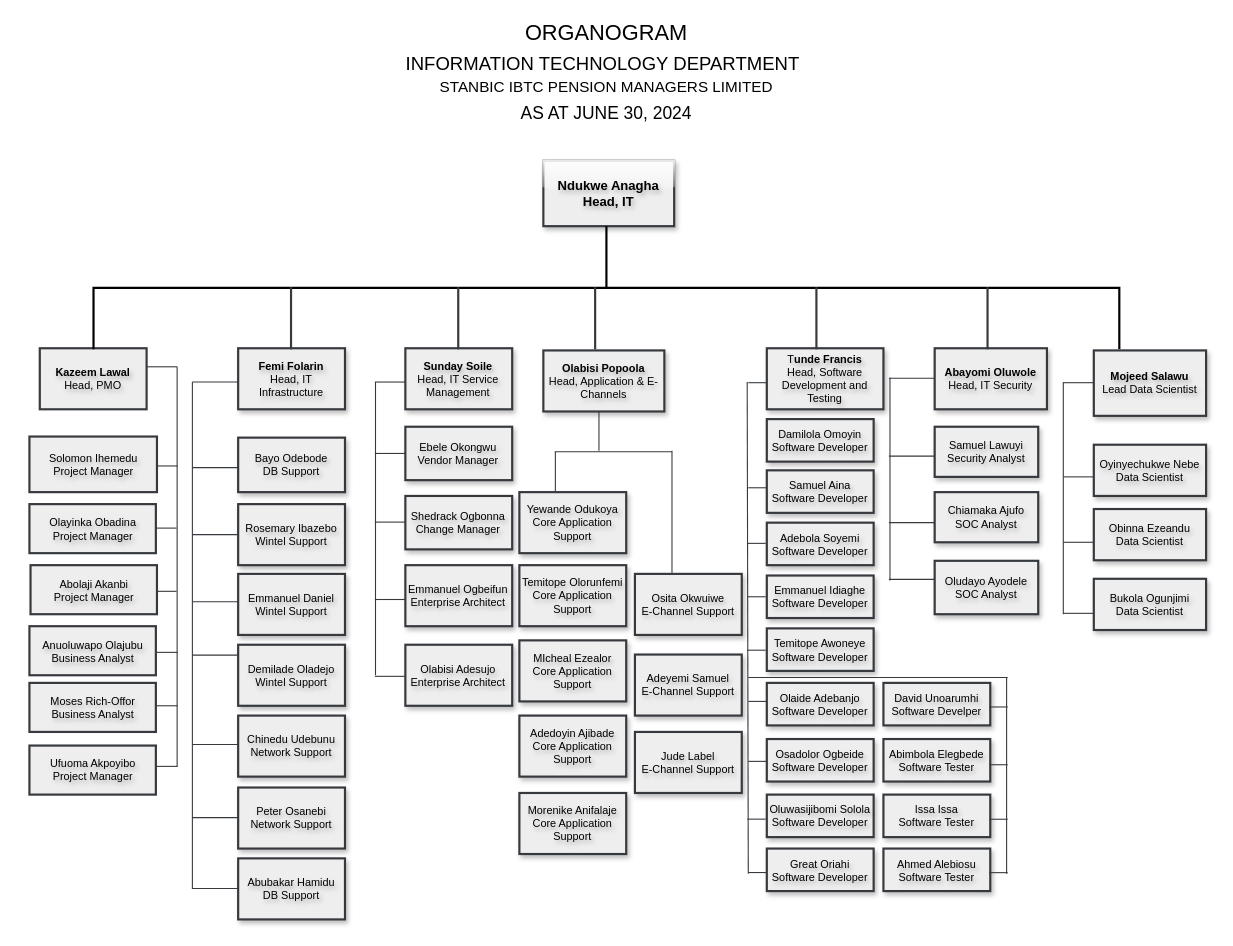
Earlier version of the draw.io diagram page "Copy of Page-1" (2 of 2) of organogram.drawio (Great-B/standard-arch-diagrams). Source tidied: cells renumbered, new cells numbered last; positions are measured from the earlier drawing's top-left corner, leaving out a move shared by most shapes. Both pictures are drawn from the tidied source at 109%, with x=0, y=0 at pixel (19, -226).
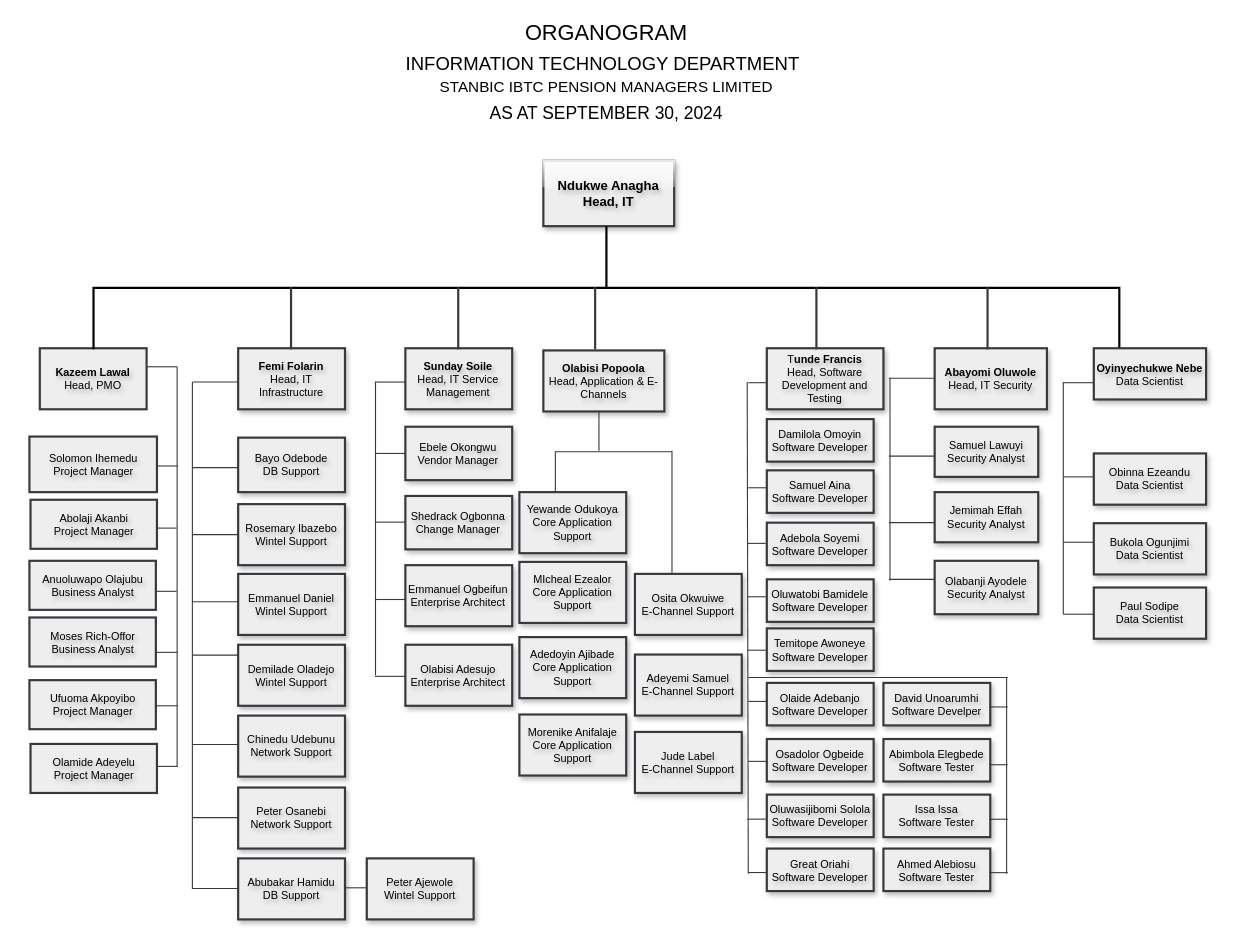
Above is the later version.

Diff of the diagram source:
```diff
@@
-    <mxCell id="3" value="&lt;font style=&quot;&quot;&gt;&lt;font style=&quot;font-size: 20px;&quot;&gt;ORGANOGRAM&lt;/font&gt;&lt;br&gt;&lt;/font&gt;&lt;div style=&quot;&quot;&gt;&lt;font style=&quot;&quot;&gt;&lt;font style=&quot;&quot;&gt;&lt;span style=&quot;background-color: initial;&quot;&gt;&lt;font style=&quot;font-size: 17px;&quot;&gt;INFORMATION TECHNOLOGY DEPARTMENT&lt;/font&gt;&lt;/span&gt;&lt;span style=&quot;font-size: 24px; background-color: initial;&quot;&gt;&amp;nbsp;&lt;br&gt;&lt;/span&gt;&lt;font style=&quot;font-size: 14px;&quot;&gt;STANBIC IBTC PENSION MANAGERS LIMITED&lt;/font&gt;&lt;/font&gt;&lt;/font&gt;&lt;div style=&quot;font-size: 23px;&quot;&gt;&lt;font size=&quot;3&quot; style=&quot;&quot;&gt;AS AT JUNE 30, 2024&lt;/font&gt;&lt;/div&gt;&lt;/div&gt;" style="rounded=0;whiteSpace=wrap;html=1;strokeColor=none;fillColor=none;" parent="1" vertex="1">
+    <mxCell id="3" value="&lt;font style=&quot;&quot;&gt;&lt;font style=&quot;font-size: 20px;&quot;&gt;ORGANOGRAM&lt;/font&gt;&lt;br&gt;&lt;/font&gt;&lt;div style=&quot;&quot;&gt;&lt;font style=&quot;&quot;&gt;&lt;font style=&quot;&quot;&gt;&lt;span style=&quot;background-color: initial;&quot;&gt;&lt;font style=&quot;font-size: 17px;&quot;&gt;INFORMATION TECHNOLOGY DEPARTMENT&lt;/font&gt;&lt;/span&gt;&lt;span style=&quot;font-size: 24px; background-color: initial;&quot;&gt;&amp;nbsp;&lt;br&gt;&lt;/span&gt;&lt;font style=&quot;font-size: 14px;&quot;&gt;STANBIC IBTC PENSION MANAGERS LIMITED&lt;/font&gt;&lt;/font&gt;&lt;/font&gt;&lt;div style=&quot;font-size: 23px;&quot;&gt;&lt;font size=&quot;3&quot; style=&quot;&quot;&gt;AS AT SEPTEMBER 30, 2024&lt;/font&gt;&lt;/div&gt;&lt;/div&gt;" style="rounded=0;whiteSpace=wrap;html=1;strokeColor=none;fillColor=none;" parent="1" vertex="1">
       <mxGeometry x="-0.2" y="224" width="1078" height="98" as="geometry" />
     </mxCell>
@@
-    <mxCell id="18" value="&lt;span style=&quot;font-size: 10px;&quot;&gt;Oludayo Ayodele&lt;br&gt;SOC Analyst&lt;/span&gt;" style="rounded=0;whiteSpace=wrap;html=1;strokeWidth=2;perimeterSpacing=0;glass=0;shadow=1;fontStyle=0;textShadow=1;fillColor=#eeeeee;strokeColor=#36393d;fontSize=10;" parent="1" vertex="1">
+    <mxCell id="18" value="&lt;span style=&quot;font-size: 10px;&quot;&gt;Olabanji Ayodele&lt;br&gt;Security Analyst&lt;/span&gt;" style="rounded=0;whiteSpace=wrap;html=1;strokeWidth=2;perimeterSpacing=0;glass=0;shadow=1;fontStyle=0;textShadow=1;fillColor=#eeeeee;strokeColor=#36393d;fontSize=10;" parent="1" vertex="1">
       <mxGeometry x="840" y="721" width="95" height="49" as="geometry" />
     </mxCell>
@@
-    <mxCell id="42" value="&lt;span style=&quot;font-size: 10px;&quot;&gt;&lt;b&gt;Mojeed Salawu&lt;/b&gt;&lt;br&gt;Lead Data Scientist&lt;/span&gt;" style="rounded=0;whiteSpace=wrap;html=1;strokeWidth=2;perimeterSpacing=0;glass=0;shadow=1;fontStyle=0;textShadow=1;fillColor=#eeeeee;strokeColor=#36393d;align=center;fontSize=10;" parent="1" vertex="1">
-      <mxGeometry x="986" y="528" width="103" height="60" as="geometry" />
-    </mxCell>
-    <mxCell id="43" value="&lt;span style=&quot;font-size: 10px;&quot;&gt;Oyinyechukwe Nebe&lt;br&gt;Data Scientist&lt;/span&gt;" style="rounded=0;whiteSpace=wrap;html=1;strokeWidth=2;perimeterSpacing=0;glass=0;shadow=1;fontStyle=0;textShadow=1;fillColor=#eeeeee;strokeColor=#36393d;fontSize=10;" parent="1" vertex="1">
-      <mxGeometry x="986" y="614.5" width="103" height="47" as="geometry" />
+    <mxCell id="43" value="&lt;span style=&quot;font-size: 10px;&quot;&gt;&lt;b&gt;Oyinyechukwe Nebe&lt;br&gt;&lt;/b&gt;Data Scientist&lt;/span&gt;" style="rounded=0;whiteSpace=wrap;html=1;strokeWidth=2;perimeterSpacing=0;glass=0;shadow=1;fontStyle=0;textShadow=1;fillColor=#eeeeee;strokeColor=#36393d;fontSize=10;" parent="1" vertex="1">
+      <mxGeometry x="986" y="526" width="103" height="47" as="geometry" />
     </mxCell>
@@
     <mxCell id="57" value="&lt;span style=&quot;font-size: 10px;&quot;&gt;Moses Rich-Offor&lt;br&gt;Business Analyst&lt;/span&gt;" style="rounded=0;whiteSpace=wrap;html=1;strokeWidth=2;perimeterSpacing=0;glass=0;shadow=0;fontStyle=0;textShadow=1;fillColor=#eeeeee;strokeColor=#36393d;fontSize=10;" parent="1" vertex="1">
-      <mxGeometry x="9.5" y="833" width="116" height="45" as="geometry" />
+      <mxGeometry x="9.5" y="773" width="116" height="45" as="geometry" />
     </mxCell>
     <mxCell id="58" value="&lt;span style=&quot;font-size: 10px;&quot;&gt;Abolaji Akanbi&lt;br&gt;Project Manager&lt;/span&gt;" style="rounded=0;whiteSpace=wrap;html=1;strokeWidth=2;perimeterSpacing=0;glass=0;shadow=0;fontStyle=0;textShadow=1;fillColor=#eeeeee;strokeColor=#36393d;fontSize=10;" parent="1" vertex="1">
-      <mxGeometry x="10.5" y="725" width="116" height="45" as="geometry" />
+      <mxGeometry x="10.5" y="665" width="116" height="45" as="geometry" />
     </mxCell>
     <mxCell id="59" value="&lt;span style=&quot;font-size: 10px;&quot;&gt;Anuoluwapo Olajubu&lt;br&gt;Business Analyst&lt;/span&gt;" style="rounded=0;whiteSpace=wrap;html=1;strokeWidth=2;perimeterSpacing=0;glass=0;shadow=0;fontStyle=0;textShadow=1;fillColor=#eeeeee;strokeColor=#36393d;fontSize=10;" parent="1" vertex="1">
-      <mxGeometry x="9.5" y="781" width="116" height="45" as="geometry" />
+      <mxGeometry x="9.5" y="721" width="116" height="45" as="geometry" />
     </mxCell>
-    <mxCell id="60" value="&lt;span style=&quot;font-size: 10px;&quot;&gt;Olayinka Obadina&lt;br&gt;Project Manager&lt;/span&gt;" style="rounded=0;whiteSpace=wrap;html=1;strokeWidth=2;perimeterSpacing=0;glass=0;shadow=0;fontStyle=0;textShadow=1;fillColor=#eeeeee;strokeColor=#36393d;fontSize=10;" parent="1" vertex="1">
-      <mxGeometry x="9.5" y="669" width="116" height="45" as="geometry" />
-    </mxCell>
@@
-    <mxCell id="72" value="&lt;span style=&quot;font-size: 10px;&quot;&gt;Temitope Olorunfemi&lt;br&gt;Core Application Support&lt;/span&gt;" style="rounded=0;whiteSpace=wrap;html=1;strokeWidth=2;perimeterSpacing=0;glass=0;shadow=1;fontStyle=0;textShadow=1;fillColor=#eeeeee;strokeColor=#36393d;fontSize=10;" parent="1" vertex="1">
-      <mxGeometry x="459" y="725" width="98" height="56" as="geometry" />
-    </mxCell>
     <mxCell id="73" value="&lt;span style=&quot;font-size: 10px;&quot;&gt;MIcheal Ezealor&lt;br&gt;Core Application Support&lt;/span&gt;" style="rounded=0;whiteSpace=wrap;html=1;strokeWidth=2;perimeterSpacing=0;glass=0;shadow=1;fontStyle=0;textShadow=1;fillColor=#eeeeee;strokeColor=#36393d;fontSize=10;" parent="1" vertex="1">
-      <mxGeometry x="459" y="794" width="98" height="56" as="geometry" />
+      <mxGeometry x="459" y="722" width="98" height="56" as="geometry" />
     </mxCell>
@@
     <mxCell id="75" value="&lt;span style=&quot;font-size: 10px;&quot;&gt;Adedoyin Ajibade&lt;br&gt;Core Application Support&lt;/span&gt;" style="rounded=0;whiteSpace=wrap;html=1;strokeWidth=2;perimeterSpacing=0;glass=0;shadow=1;fontStyle=0;textShadow=1;fillColor=#eeeeee;strokeColor=#36393d;fontSize=10;" parent="1" vertex="1">
-      <mxGeometry x="459" y="863" width="98" height="56" as="geometry" />
+      <mxGeometry x="459" y="791" width="98" height="56" as="geometry" />
     </mxCell>
@@
     <mxCell id="77" value="&lt;span style=&quot;font-size: 10px;&quot;&gt;Morenike Anifalaje&lt;br&gt;Core Application Support&lt;/span&gt;" style="rounded=0;whiteSpace=wrap;html=1;strokeWidth=2;perimeterSpacing=0;glass=0;shadow=1;fontStyle=0;textShadow=1;fillColor=#eeeeee;strokeColor=#36393d;fontSize=10;" parent="1" vertex="1">
-      <mxGeometry x="459" y="934" width="98" height="56" as="geometry" />
+      <mxGeometry x="459" y="862" width="98" height="56" as="geometry" />
     </mxCell>
@@
-    <mxCell id="81" value="&lt;span style=&quot;font-size: 10px;&quot;&gt;Emmanuel Idiaghe&lt;br&gt;Software Developer&lt;/span&gt;" style="rounded=0;whiteSpace=wrap;html=1;strokeWidth=2;perimeterSpacing=0;glass=0;shadow=1;fontStyle=0;textShadow=1;fillColor=#eeeeee;strokeColor=#36393d;fontSize=10;" parent="1" vertex="1">
-      <mxGeometry x="686" y="734.5" width="98" height="39" as="geometry" />
-    </mxCell>
@@
-    <mxCell id="104" value="&lt;span style=&quot;font-size: 10px;&quot;&gt;Chiamaka Ajufo&lt;br&gt;SOC Analyst&lt;/span&gt;" style="rounded=0;whiteSpace=wrap;html=1;strokeWidth=2;perimeterSpacing=0;glass=0;shadow=1;fontStyle=0;textShadow=1;fillColor=#eeeeee;strokeColor=#36393d;fontSize=10;" parent="1" vertex="1">
+    <mxCell id="104" value="&lt;span style=&quot;font-size: 10px;&quot;&gt;Jemimah Effah&lt;br&gt;Security Analyst&lt;/span&gt;" style="rounded=0;whiteSpace=wrap;html=1;strokeWidth=2;perimeterSpacing=0;glass=0;shadow=1;fontStyle=0;textShadow=1;fillColor=#eeeeee;strokeColor=#36393d;fontSize=10;" parent="1" vertex="1">
       <mxGeometry x="840" y="658" width="95" height="46" as="geometry" />
     </mxCell>
@@
     <mxCell id="107" value="&lt;span style=&quot;font-size: 10px;&quot;&gt;Obinna Ezeandu&lt;br&gt;Data Scientist&lt;/span&gt;" style="rounded=0;whiteSpace=wrap;html=1;strokeWidth=2;perimeterSpacing=0;glass=0;shadow=1;fontStyle=0;textShadow=1;fillColor=#eeeeee;strokeColor=#36393d;fontSize=10;" parent="1" vertex="1">
-      <mxGeometry x="986" y="673.5" width="103" height="47" as="geometry" />
+      <mxGeometry x="986" y="622.5" width="103" height="47" as="geometry" />
     </mxCell>
     <mxCell id="108" value="&lt;span style=&quot;font-size: 10px;&quot;&gt;Bukola Ogunjimi&lt;br&gt;Data Scientist&lt;/span&gt;" style="rounded=0;whiteSpace=wrap;html=1;strokeWidth=2;perimeterSpacing=0;glass=0;shadow=1;fontStyle=0;textShadow=1;fillColor=#eeeeee;strokeColor=#36393d;fontSize=10;" parent="1" vertex="1">
-      <mxGeometry x="986" y="737.5" width="103" height="47" as="geometry" />
+      <mxGeometry x="986" y="686.5" width="103" height="47" as="geometry" />
     </mxCell>
@@
-    <mxCell id="111" style="endArrow=none;html=1;rounded=0;fillColor=#eeeeee;strokeColor=#36393d;fontSize=10;fontStyle=0;" parent="1" edge="1">
-      <mxGeometry relative="1" as="geometry">
-        <mxPoint x="958" y="769.2" as="sourcePoint" />
-        <mxPoint x="986" y="769.2" as="targetPoint" />
-      </mxGeometry>
-    </mxCell>
@@
     <mxCell id="113" value="&lt;span style=&quot;font-size: 10px;&quot;&gt;Ufuoma Akpoyibo&lt;br&gt;Project Manager&lt;/span&gt;" style="rounded=0;whiteSpace=wrap;html=1;strokeWidth=2;perimeterSpacing=0;glass=0;shadow=0;fontStyle=0;textShadow=1;fillColor=#eeeeee;strokeColor=#36393d;fontSize=10;" parent="1" vertex="1">
-      <mxGeometry x="9.5" y="890.5" width="116" height="45" as="geometry" />
+      <mxGeometry x="9.5" y="830.5" width="116" height="45" as="geometry" />
     </mxCell>
+    <mxCell id="114" value="&lt;span style=&quot;font-size: 10px;&quot;&gt;Olamide Adeyelu&lt;br&gt;Project Manager&lt;/span&gt;" style="rounded=0;whiteSpace=wrap;html=1;strokeWidth=2;perimeterSpacing=0;glass=0;shadow=0;fontStyle=0;textShadow=1;fillColor=#eeeeee;strokeColor=#36393d;fontSize=10;" parent="1" vertex="1">
+      <mxGeometry x="10.5" y="889" width="116" height="45" as="geometry" />
+    </mxCell>
+    <mxCell id="115" value="&lt;span style=&quot;font-size: 10px;&quot;&gt;Oluwatobi Bamidele&lt;br&gt;Software Developer&lt;/span&gt;" style="rounded=0;whiteSpace=wrap;html=1;strokeWidth=2;perimeterSpacing=0;glass=0;shadow=1;fontStyle=0;textShadow=1;fillColor=#eeeeee;strokeColor=#36393d;fontSize=10;" parent="1" vertex="1">
+      <mxGeometry x="686" y="738" width="98" height="39" as="geometry" />
+    </mxCell>
+    <mxCell id="116" value="&lt;span style=&quot;font-size: 10px;&quot;&gt;Paul Sodipe&lt;br&gt;Data Scientist&lt;/span&gt;" style="rounded=0;whiteSpace=wrap;html=1;strokeWidth=2;perimeterSpacing=0;glass=0;shadow=1;fontStyle=0;textShadow=1;fillColor=#eeeeee;strokeColor=#36393d;fontSize=10;" parent="1" vertex="1">
+      <mxGeometry x="986" y="745.5" width="103" height="47" as="geometry" />
+    </mxCell>
+    <mxCell id="117" style="endArrow=none;html=1;rounded=0;fillColor=#eeeeee;strokeColor=#36393d;fontSize=10;fontStyle=0;" parent="1" edge="1">
+      <mxGeometry relative="1" as="geometry">
+        <mxPoint x="958" y="770" as="sourcePoint" />
+        <mxPoint x="986" y="770" as="targetPoint" />
+      </mxGeometry>
+    </mxCell>
+    <mxCell id="118" style="endArrow=none;html=1;rounded=0;fillColor=#eeeeee;strokeColor=#36393d;fontSize=10;fontStyle=0;" parent="1" edge="1">
+      <mxGeometry relative="1" as="geometry">
+        <mxPoint x="298" y="1021" as="sourcePoint" />
+        <mxPoint x="326" y="1021" as="targetPoint" />
+      </mxGeometry>
+    </mxCell>
+    <mxCell id="119" value="&lt;span style=&quot;font-size: 10px;&quot;&gt;Peter Ajewole&lt;br&gt;Wintel Support&lt;/span&gt;" style="rounded=0;whiteSpace=wrap;html=1;strokeWidth=2;perimeterSpacing=0;glass=0;shadow=1;fontStyle=0;textShadow=1;fillColor=#eeeeee;strokeColor=#36393d;fontSize=10;" parent="1" vertex="1">
+      <mxGeometry x="319" y="994" width="98" height="56" as="geometry" />
+    </mxCell>
```
